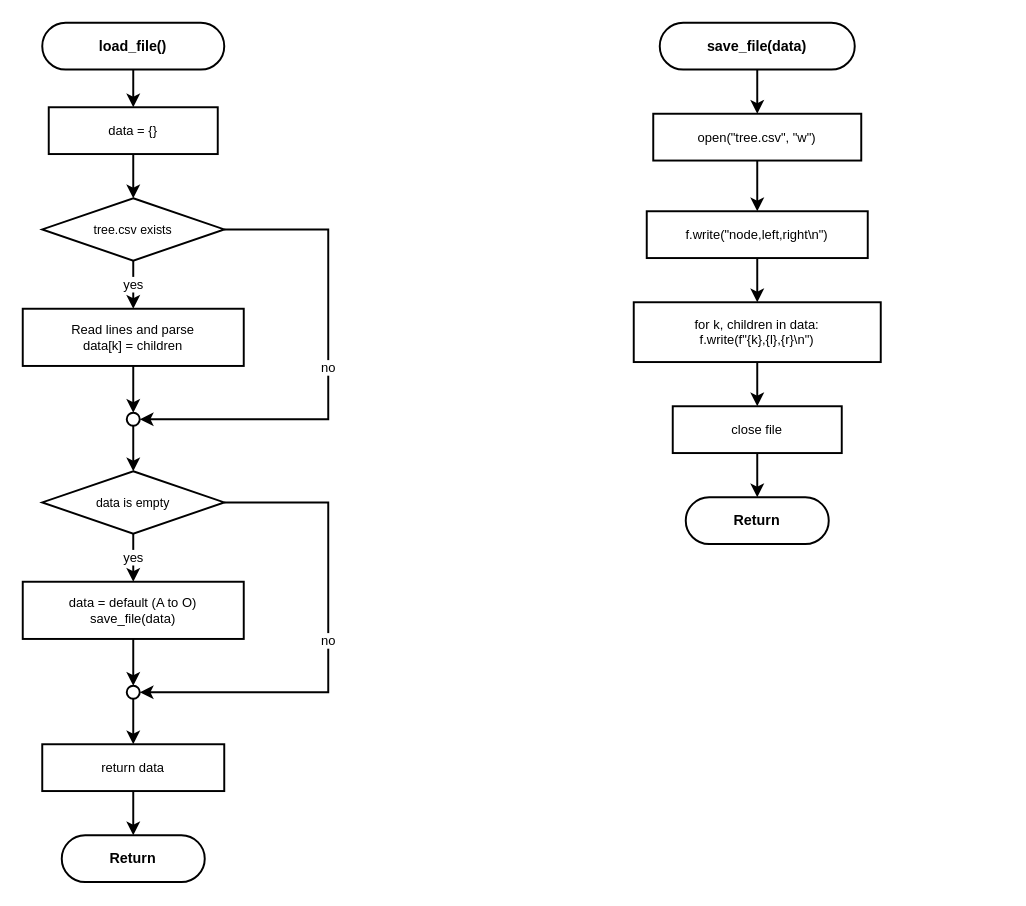
Before: program001/flowchart/11_file_io.drawio in kittiphong064008-cyber/AI-Coding, a draw.io diagram. Source tidied: cells renumbered, new cells numbered last; positions are measured from the earlier drawing's top-left corner, leaving out a move shared by most shapes. Both pictures are drawn from the tidied source at 130%, with x=0, y=0 at pixel (22, 22).
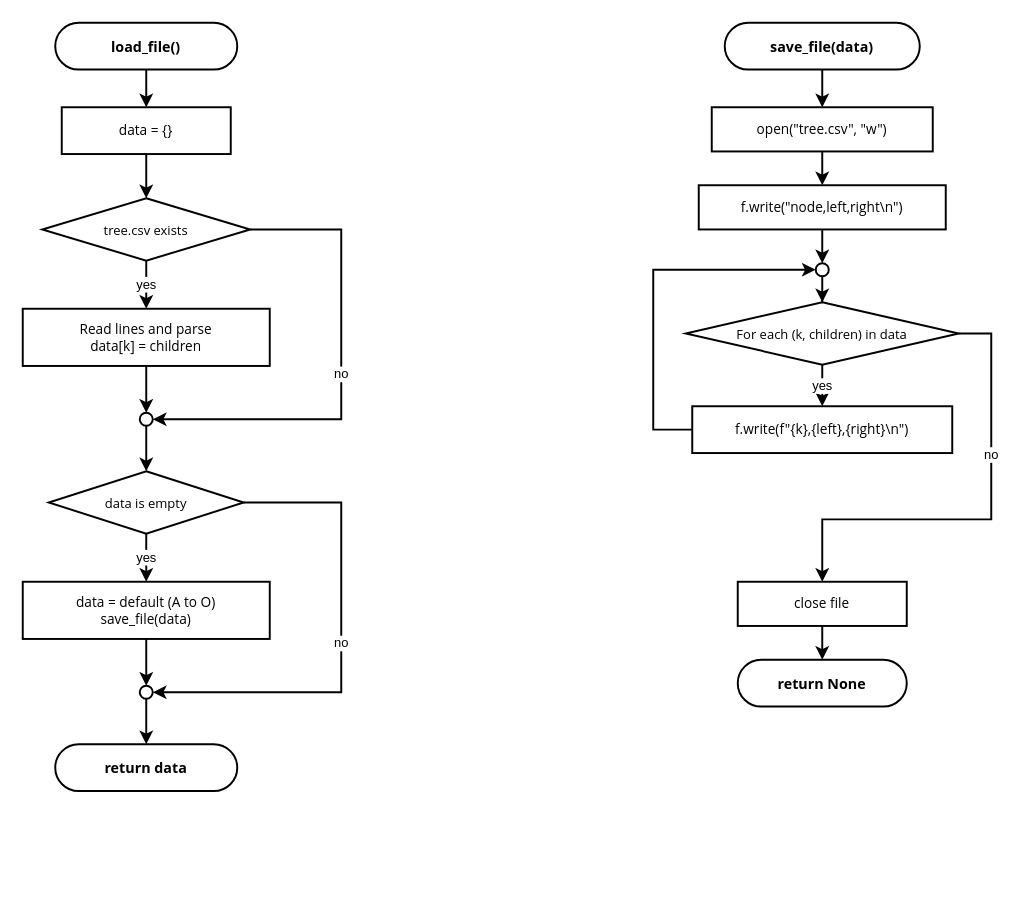
The same page after the edit.

The edit, as a diff of the source:
```diff
@@
-    <mxCell id="2" value="load_file()" style="rounded=1;whiteSpace=wrap;html=1;arcSize=50;fillColor=#ffffff;strokeColor=#000000;strokeWidth=1.5;fontSize=11;fontFamily=Helvetica;fontStyle=1;" parent="1" vertex="1">
-      <mxGeometry x="15" width="140" height="36" as="geometry" />
+    <mxCell id="2" value="load_file()" style="rounded=1;whiteSpace=wrap;html=1;arcSize=50;fillColor=#ffffff;strokeColor=#000000;strokeWidth=1.5;fontSize=11;fontFamily=Segoe UI;fontStyle=1;" parent="1" vertex="1">
+      <mxGeometry x="25" width="140" height="36" as="geometry" />
     </mxCell>
-    <mxCell id="3" value="data = {}" style="rounded=0;whiteSpace=wrap;html=1;fillColor=#ffffff;strokeColor=#000000;strokeWidth=1.5;fontSize=10;fontFamily=Helvetica;" parent="1" vertex="1">
-      <mxGeometry x="20" y="65" width="130" height="36" as="geometry" />
+    <mxCell id="3" value="data = {}" style="rounded=0;whiteSpace=wrap;html=1;fillColor=#ffffff;strokeColor=#000000;strokeWidth=1.5;fontSize=10.5;fontFamily=Segoe UI;" parent="1" vertex="1">
+      <mxGeometry x="30" y="65" width="130" height="36" as="geometry" />
     </mxCell>
-    <mxCell id="4" value="tree.csv exists" style="rhombus;whiteSpace=wrap;html=1;fillColor=#ffffff;strokeColor=#000000;strokeWidth=1.5;fontSize=9.5;fontFamily=Helvetica;" parent="1" vertex="1">
-      <mxGeometry x="15" y="135" width="140" height="48" as="geometry" />
+    <mxCell id="4" value="tree.csv exists" style="rhombus;whiteSpace=wrap;html=1;fillColor=#ffffff;strokeColor=#000000;strokeWidth=1.5;fontSize=10;fontFamily=Segoe UI;" parent="1" vertex="1">
+      <mxGeometry x="15" y="135" width="160" height="48" as="geometry" />
     </mxCell>
-    <mxCell id="5" value="Read lines and parse&#10;data[k] = children" style="rounded=0;whiteSpace=wrap;html=1;fillColor=#ffffff;strokeColor=#000000;strokeWidth=1.5;fontSize=10;fontFamily=Helvetica;" parent="1" vertex="1">
-      <mxGeometry y="220" width="170" height="44" as="geometry" />
+    <mxCell id="5" value="Read lines and parse&#10;data[k] = children" style="rounded=0;whiteSpace=wrap;html=1;fillColor=#ffffff;strokeColor=#000000;strokeWidth=1.5;fontSize=10.5;fontFamily=Segoe UI;" parent="1" vertex="1">
+      <mxGeometry y="220" width="190" height="44" as="geometry" />
     </mxCell>
     <mxCell id="6" style="ellipse;whiteSpace=wrap;html=1;fillColor=#ffffff;strokeColor=#000000;strokeWidth=1.5;" parent="1" vertex="1">
-      <mxGeometry x="80" y="300" width="10" height="10" as="geometry" />
+      <mxGeometry x="90" y="300" width="10" height="10" as="geometry" />
     </mxCell>
-    <mxCell id="7" value="data is empty" style="rhombus;whiteSpace=wrap;html=1;fillColor=#ffffff;strokeColor=#000000;strokeWidth=1.5;fontSize=9.5;fontFamily=Helvetica;" parent="1" vertex="1">
-      <mxGeometry x="15" y="345" width="140" height="48" as="geometry" />
+    <mxCell id="7" value="data is empty" style="rhombus;whiteSpace=wrap;html=1;fillColor=#ffffff;strokeColor=#000000;strokeWidth=1.5;fontSize=10;fontFamily=Segoe UI;" parent="1" vertex="1">
+      <mxGeometry x="20" y="345" width="150" height="48" as="geometry" />
     </mxCell>
-    <mxCell id="8" value="data = default (A to O)&#10;save_file(data)" style="rounded=0;whiteSpace=wrap;html=1;fillColor=#ffffff;strokeColor=#000000;strokeWidth=1.5;fontSize=10;fontFamily=Helvetica;" parent="1" vertex="1">
-      <mxGeometry y="430" width="170" height="44" as="geometry" />
+    <mxCell id="8" value="data = default (A to O)&#10;save_file(data)" style="rounded=0;whiteSpace=wrap;html=1;fillColor=#ffffff;strokeColor=#000000;strokeWidth=1.5;fontSize=10.5;fontFamily=Segoe UI;" parent="1" vertex="1">
+      <mxGeometry y="430" width="190" height="44" as="geometry" />
     </mxCell>
     <mxCell id="9" style="ellipse;whiteSpace=wrap;html=1;fillColor=#ffffff;strokeColor=#000000;strokeWidth=1.5;" parent="1" vertex="1">
-      <mxGeometry x="80" y="510" width="10" height="10" as="geometry" />
+      <mxGeometry x="90" y="510" width="10" height="10" as="geometry" />
     </mxCell>
-    <mxCell id="10" value="return data" style="rounded=0;whiteSpace=wrap;html=1;fillColor=#ffffff;strokeColor=#000000;strokeWidth=1.5;fontSize=10;fontFamily=Helvetica;" parent="1" vertex="1">
-      <mxGeometry x="15" y="555" width="140" height="36" as="geometry" />
-    </mxCell>
-    <mxCell id="11" value="Return" style="rounded=1;whiteSpace=wrap;html=1;arcSize=50;fillColor=#ffffff;strokeColor=#000000;strokeWidth=1.5;fontSize=11;fontFamily=Helvetica;fontStyle=1;" parent="1" vertex="1">
-      <mxGeometry x="30" y="625" width="110" height="36" as="geometry" />
+    <mxCell id="11" value="return data" style="rounded=1;whiteSpace=wrap;html=1;arcSize=50;fillColor=#ffffff;strokeColor=#000000;strokeWidth=1.5;fontSize=11;fontFamily=Segoe UI;fontStyle=1;" parent="1" vertex="1">
+      <mxGeometry x="25" y="555" width="140" height="36" as="geometry" />
     </mxCell>
-    <mxCell id="12" value="save_file(data)" style="rounded=1;whiteSpace=wrap;html=1;arcSize=50;fillColor=#ffffff;strokeColor=#000000;strokeWidth=1.5;fontSize=11;fontFamily=Helvetica;fontStyle=1;" parent="1" vertex="1">
-      <mxGeometry x="490" width="150" height="36" as="geometry" />
+    <mxCell id="12" value="save_file(data)" style="rounded=1;whiteSpace=wrap;html=1;arcSize=50;fillColor=#ffffff;strokeColor=#000000;strokeWidth=1.5;fontSize=11;fontFamily=Segoe UI;fontStyle=1;" parent="1" vertex="1">
+      <mxGeometry x="540" width="150" height="36" as="geometry" />
     </mxCell>
-    <mxCell id="13" value="open(&quot;tree.csv&quot;, &quot;w&quot;)" style="rounded=0;whiteSpace=wrap;html=1;fillColor=#ffffff;strokeColor=#000000;strokeWidth=1.5;fontSize=10;fontFamily=Helvetica;" parent="1" vertex="1">
-      <mxGeometry x="485" y="70" width="160" height="36" as="geometry" />
+    <mxCell id="13" value="open(&quot;tree.csv&quot;, &quot;w&quot;)" style="rounded=0;whiteSpace=wrap;html=1;fillColor=#ffffff;strokeColor=#000000;strokeWidth=1.5;fontSize=10.5;fontFamily=Segoe UI;" parent="1" vertex="1">
+      <mxGeometry x="530" y="65" width="170" height="34" as="geometry" />
     </mxCell>
-    <mxCell id="14" value="f.write(&quot;node,left,right\n&quot;)" style="rounded=0;whiteSpace=wrap;html=1;fillColor=#ffffff;strokeColor=#000000;strokeWidth=1.5;fontSize=10;fontFamily=Helvetica;" parent="1" vertex="1">
-      <mxGeometry x="480" y="145" width="170" height="36" as="geometry" />
+    <mxCell id="14" value="f.write(&quot;node,left,right\n&quot;)" style="rounded=0;whiteSpace=wrap;html=1;fillColor=#ffffff;strokeColor=#000000;strokeWidth=1.5;fontSize=10.5;fontFamily=Segoe UI;" parent="1" vertex="1">
+      <mxGeometry x="520" y="125" width="190" height="34" as="geometry" />
     </mxCell>
-    <mxCell id="15" value="for k, children in data:&#10;f.write(f&quot;{k},{l},{r}\n&quot;)" style="rounded=0;whiteSpace=wrap;html=1;fillColor=#ffffff;strokeColor=#000000;strokeWidth=1.5;fontSize=10;fontFamily=Helvetica;" parent="1" vertex="1">
-      <mxGeometry x="470" y="215" width="190" height="46" as="geometry" />
-    </mxCell>
+    <mxCell id="34" style="ellipse;whiteSpace=wrap;html=1;fillColor=#ffffff;strokeColor=#000000;strokeWidth=1.5;" parent="1" vertex="1">
+      <mxGeometry x="610" y="185" width="10" height="10" as="geometry" />
+    </mxCell>
+    <mxCell id="35" value="For each (k, children) in data" style="rhombus;whiteSpace=wrap;html=1;fillColor=#ffffff;strokeColor=#000000;strokeWidth=1.5;fontSize=10;fontFamily=Segoe UI;" parent="1" vertex="1">
+      <mxGeometry x="510" y="215" width="210" height="48" as="geometry" />
+    </mxCell>
+    <mxCell id="36" value="f.write(f&quot;{k},{left},{right}\n&quot;)" style="rounded=0;whiteSpace=wrap;html=1;fillColor=#ffffff;strokeColor=#000000;strokeWidth=1.5;fontSize=10.5;fontFamily=Segoe UI;" parent="1" vertex="1">
+      <mxGeometry x="515" y="295" width="200" height="36" as="geometry" />
+    </mxCell>
-    <mxCell id="16" value="close file" style="rounded=0;whiteSpace=wrap;html=1;fillColor=#ffffff;strokeColor=#000000;strokeWidth=1.5;fontSize=10;fontFamily=Helvetica;" parent="1" vertex="1">
-      <mxGeometry x="500" y="295" width="130" height="36" as="geometry" />
+    <mxCell id="16" value="close file" style="rounded=0;whiteSpace=wrap;html=1;fillColor=#ffffff;strokeColor=#000000;strokeWidth=1.5;fontSize=10.5;fontFamily=Segoe UI;" parent="1" vertex="1">
+      <mxGeometry x="550" y="430" width="130" height="34" as="geometry" />
     </mxCell>
-    <mxCell id="17" value="Return" style="rounded=1;whiteSpace=wrap;html=1;arcSize=50;fillColor=#ffffff;strokeColor=#000000;strokeWidth=1.5;fontSize=11;fontFamily=Helvetica;fontStyle=1;" parent="1" vertex="1">
-      <mxGeometry x="510" y="365" width="110" height="36" as="geometry" />
+    <mxCell id="17" value="return None" style="rounded=1;whiteSpace=wrap;html=1;arcSize=50;fillColor=#ffffff;strokeColor=#000000;strokeWidth=1.5;fontSize=11;fontFamily=Segoe UI;fontStyle=1;" parent="1" vertex="1">
+      <mxGeometry x="550" y="490" width="130" height="36" as="geometry" />
     </mxCell>
@@
     <mxCell id="22" value="no" style="edgeStyle=orthogonalEdgeStyle;rounded=0;jettySize=auto;html=1;strokeWidth=1.5;strokeColor=#000000;fontSize=10;fontColor=#000000;exitX=1;exitY=0.5;exitDx=0;exitDy=0;entryX=1;entryY=0.5;entryDx=0;entryDy=0;" parent="1" edge="1" source="4" target="6">
       <mxGeometry relative="1" as="geometry">
         <Array as="points">
-          <mxPoint x="235" y="159" />
-          <mxPoint x="235" y="305" />
+          <mxPoint x="245" y="159" />
+          <mxPoint x="245" y="305" />
         </Array>
       </mxGeometry>
     </mxCell>
@@
     <mxCell id="26" value="no" style="edgeStyle=orthogonalEdgeStyle;rounded=0;jettySize=auto;html=1;strokeWidth=1.5;strokeColor=#000000;fontSize=10;fontColor=#000000;exitX=1;exitY=0.5;exitDx=0;exitDy=0;entryX=1;entryY=0.5;entryDx=0;entryDy=0;" parent="1" edge="1" source="7" target="9">
       <mxGeometry relative="1" as="geometry">
         <Array as="points">
-          <mxPoint x="235" y="369" />
-          <mxPoint x="235" y="515" />
+          <mxPoint x="245" y="369" />
+          <mxPoint x="245" y="515" />
         </Array>
       </mxGeometry>
     </mxCell>
-    <mxCell id="27" style="edgeStyle=orthogonalEdgeStyle;rounded=0;jettySize=auto;html=1;strokeWidth=1.5;strokeColor=#000000;fontSize=10;fontColor=#000000;" parent="1" edge="1" source="9" target="10">
+    <mxCell id="27" style="edgeStyle=orthogonalEdgeStyle;rounded=0;jettySize=auto;html=1;strokeWidth=1.5;strokeColor=#000000;fontSize=10;fontColor=#000000;" parent="1" edge="1" source="9" target="11">
       <mxGeometry relative="1" as="geometry" />
     </mxCell>
-    <mxCell id="28" style="edgeStyle=orthogonalEdgeStyle;rounded=0;jettySize=auto;html=1;strokeWidth=1.5;strokeColor=#000000;fontSize=10;fontColor=#000000;" parent="1" edge="1" source="10" target="11">
+    <mxCell id="28" style="edgeStyle=orthogonalEdgeStyle;rounded=0;jettySize=auto;html=1;strokeWidth=1.5;strokeColor=#000000;fontSize=10;fontColor=#000000;" parent="1" edge="1" source="12" target="13">
       <mxGeometry relative="1" as="geometry" />
     </mxCell>
-    <mxCell id="29" style="edgeStyle=orthogonalEdgeStyle;rounded=0;jettySize=auto;html=1;strokeWidth=1.5;strokeColor=#000000;fontSize=10;fontColor=#000000;" parent="1" edge="1" source="12" target="13">
+    <mxCell id="29" style="edgeStyle=orthogonalEdgeStyle;rounded=0;jettySize=auto;html=1;strokeWidth=1.5;strokeColor=#000000;fontSize=10;fontColor=#000000;" parent="1" edge="1" source="13" target="14">
       <mxGeometry relative="1" as="geometry" />
     </mxCell>
-    <mxCell id="30" style="edgeStyle=orthogonalEdgeStyle;rounded=0;jettySize=auto;html=1;strokeWidth=1.5;strokeColor=#000000;fontSize=10;fontColor=#000000;" parent="1" edge="1" source="13" target="14">
+    <mxCell id="30" style="edgeStyle=orthogonalEdgeStyle;rounded=0;jettySize=auto;html=1;strokeWidth=1.5;strokeColor=#000000;fontSize=10;fontColor=#000000;" parent="1" edge="1" source="14" target="34">
       <mxGeometry relative="1" as="geometry" />
     </mxCell>
-    <mxCell id="31" style="edgeStyle=orthogonalEdgeStyle;rounded=0;jettySize=auto;html=1;strokeWidth=1.5;strokeColor=#000000;fontSize=10;fontColor=#000000;" parent="1" edge="1" source="14" target="15">
+    <mxCell id="31" style="edgeStyle=orthogonalEdgeStyle;rounded=0;jettySize=auto;html=1;strokeWidth=1.5;strokeColor=#000000;fontSize=10;fontColor=#000000;" parent="1" edge="1" source="34" target="35">
       <mxGeometry relative="1" as="geometry" />
     </mxCell>
-    <mxCell id="32" style="edgeStyle=orthogonalEdgeStyle;rounded=0;jettySize=auto;html=1;strokeWidth=1.5;strokeColor=#000000;fontSize=10;fontColor=#000000;" parent="1" edge="1" source="15" target="16">
+    <mxCell id="32" value="yes" style="edgeStyle=orthogonalEdgeStyle;rounded=0;jettySize=auto;html=1;strokeWidth=1.5;strokeColor=#000000;fontSize=10;fontColor=#000000;" parent="1" edge="1" source="35" target="36">
       <mxGeometry relative="1" as="geometry" />
     </mxCell>
-    <mxCell id="33" style="edgeStyle=orthogonalEdgeStyle;rounded=0;jettySize=auto;html=1;strokeWidth=1.5;strokeColor=#000000;fontSize=10;fontColor=#000000;" parent="1" edge="1" source="16" target="17">
-      <mxGeometry relative="1" as="geometry" />
+    <mxCell id="33" style="edgeStyle=orthogonalEdgeStyle;rounded=0;jettySize=auto;html=1;strokeWidth=1.5;strokeColor=#000000;fontSize=10;fontColor=#000000;exitX=0;exitY=0.5;exitDx=0;exitDy=0;entryX=0;entryY=0.5;entryDx=0;entryDy=0;" parent="1" edge="1" source="36" target="34">
+      <mxGeometry relative="1" as="geometry">
+        <Array as="points">
+          <mxPoint x="485" y="313" />
+          <mxPoint x="485" y="190" />
+        </Array>
+      </mxGeometry>
     </mxCell>
+    <mxCell id="37" value="no" style="edgeStyle=orthogonalEdgeStyle;rounded=0;jettySize=auto;html=1;strokeWidth=1.5;strokeColor=#000000;fontSize=10;fontColor=#000000;exitX=1;exitY=0.5;exitDx=0;exitDy=0;entryX=0.5;entryY=0;entryDx=0;entryDy=0;" parent="1" edge="1" source="35" target="16">
+      <mxGeometry x="-0.32" relative="1" as="geometry">
+        <Array as="points">
+          <mxPoint x="745" y="239" />
+          <mxPoint x="745" y="382" />
+          <mxPoint x="615" y="382" />
+        </Array>
+      </mxGeometry>
+    </mxCell>
+    <mxCell id="38" style="edgeStyle=orthogonalEdgeStyle;rounded=0;jettySize=auto;html=1;strokeWidth=1.5;strokeColor=#000000;fontSize=10;fontColor=#000000;" parent="1" edge="1" source="16" target="17">
+      <mxGeometry relative="1" as="geometry" />
+    </mxCell>
```
